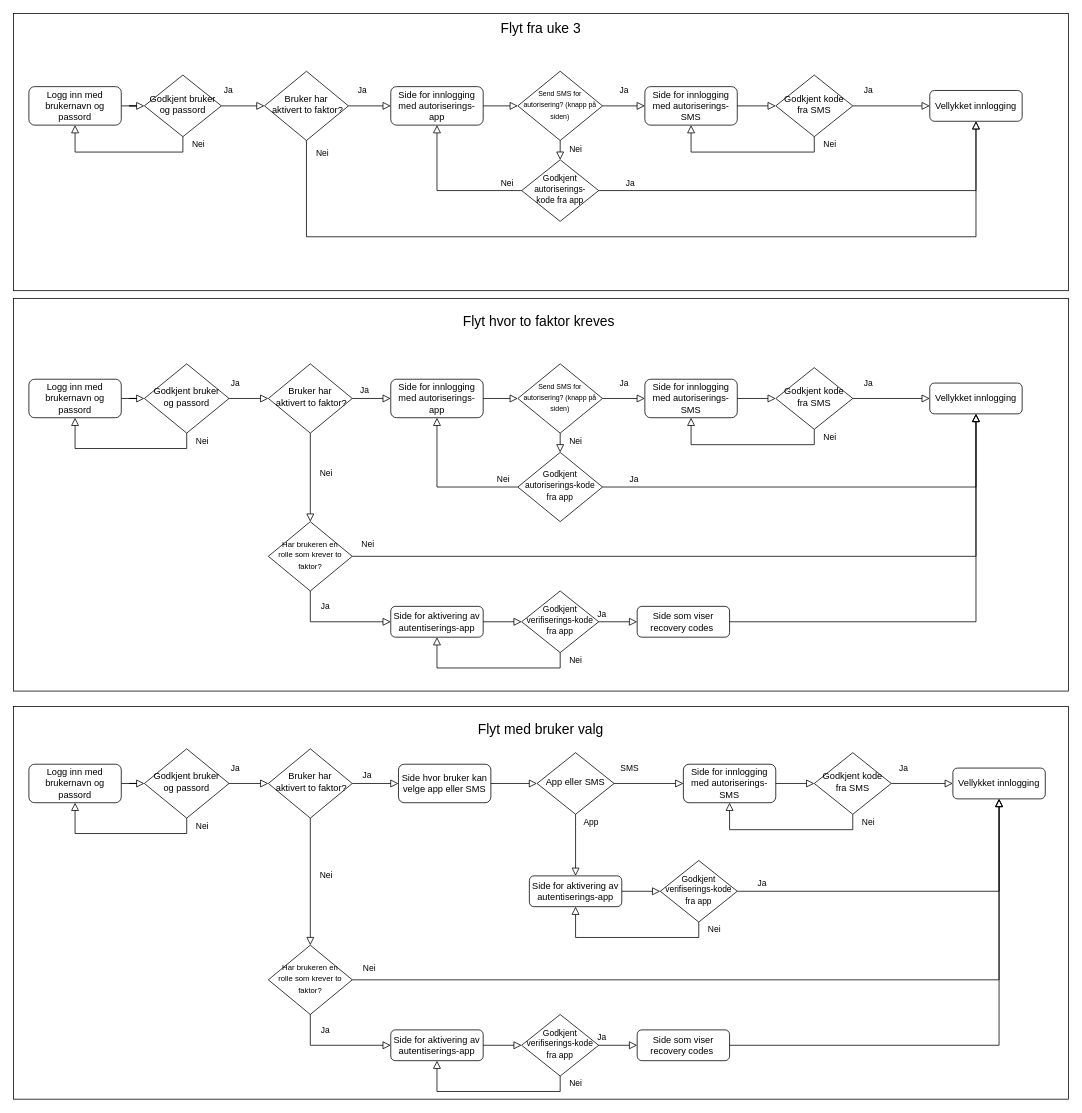
Andreaskaa/sso_dummy keeps this draw.io diagram as Untitled Diagram.drawio. Above is the earlier version. Source tidied: cells renumbered, new cells numbered last; positions are measured from the earlier drawing's top-left corner, leaving out a move shared by most shapes. Both pictures are drawn from the tidied source at 77%, with x=0, y=0 at pixel (13, 13).
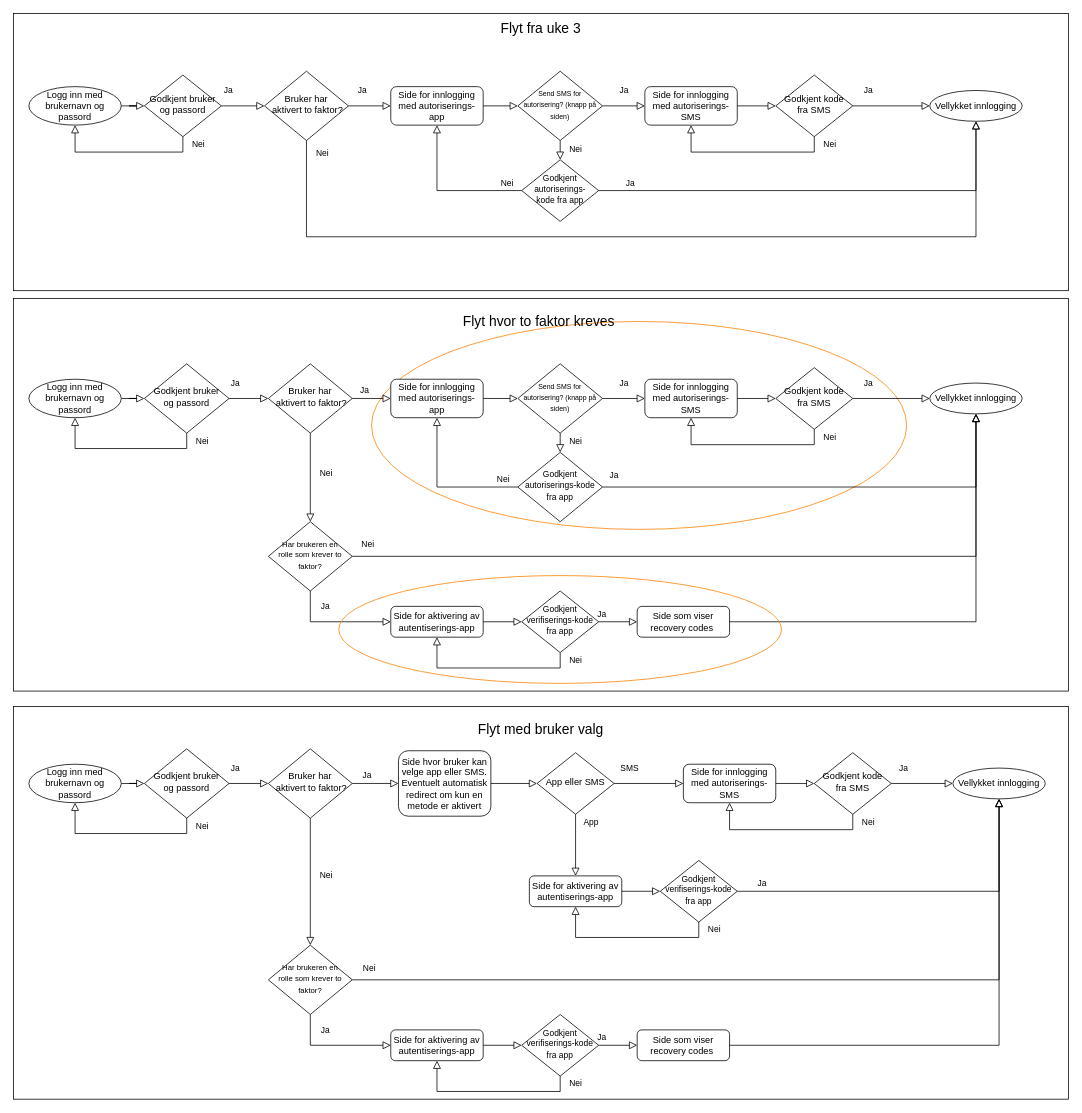
Above is the later version.

Unchanged cells that the change refers to:
```xml
<mxCell id="40" value="&lt;font style=&quot;font-size: 11px&quot;&gt;Godkjent autoriserings-kode fra app&lt;/font&gt;" style="rhombus;whiteSpace=wrap;html=1;shadow=0;fontFamily=Helvetica;fontSize=12;align=center;strokeWidth=1;spacing=6;spacingTop=-4;" parent="1" vertex="1">
  <mxGeometry x="655" y="570" width="110" height="90" as="geometry" />
</mxCell>
```

The edit, as a diff of the source:
```diff
@@
+    <mxCell id="4" style="rounded=0;whiteSpace=wrap;html=1;" parent="1" vertex="1">
+      <mxGeometry y="370" width="1370" height="510" as="geometry" />
+    </mxCell>
+    <mxCell id="96" style="ellipse;whiteSpace=wrap;html=1;fillColor=none;strokeColor=#FF8000;" parent="1" vertex="1">
+      <mxGeometry x="465" y="400" width="695" height="270" as="geometry" />
+    </mxCell>
@@
-    <mxCell id="4" style="rounded=0;whiteSpace=wrap;html=1;" parent="1" vertex="1">
-      <mxGeometry y="370" width="1370" height="510" as="geometry" />
-    </mxCell>
@@
-    <mxCell id="7" value="Logg inn med brukernavn og passord" style="rounded=1;whiteSpace=wrap;html=1;fontSize=12;glass=0;strokeWidth=1;shadow=0;" parent="1" vertex="1">
+    <mxCell id="7" value="Logg inn med brukernavn og passord" style="ellipse;whiteSpace=wrap;html=1;gradientColor=none;" parent="1" vertex="1">
       <mxGeometry x="20" y="95" width="120" height="50" as="geometry" />
     </mxCell>
@@
-    <mxCell id="27" value="Vellykket innlogging" style="rounded=1;whiteSpace=wrap;html=1;fontSize=12;glass=0;strokeWidth=1;shadow=0;" parent="1" vertex="1">
+    <mxCell id="27" value="Vellykket innlogging" style="ellipse;whiteSpace=wrap;html=1;gradientColor=none;" parent="1" vertex="1">
       <mxGeometry x="1190" y="100" width="120" height="40" as="geometry" />
     </mxCell>
@@
-    <mxCell id="29" value="Logg inn med brukernavn og passord" style="rounded=1;whiteSpace=wrap;html=1;fontSize=12;glass=0;strokeWidth=1;shadow=0;" parent="1" vertex="1">
+    <mxCell id="29" value="Logg inn med brukernavn og passord" style="ellipse;whiteSpace=wrap;html=1;gradientColor=none;" parent="1" vertex="1">
       <mxGeometry x="20" y="475" width="120" height="50" as="geometry" />
     </mxCell>
@@
-    <mxCell id="41" value="Ja" style="rounded=0;html=1;jettySize=auto;fontSize=11;endArrow=block;endFill=0;endSize=8;strokeWidth=1;shadow=0;labelBackgroundColor=none;edgeStyle=orthogonalEdgeStyle;exitX=1;exitY=0.5;exitDx=0;exitDy=0;entryX=0.5;entryY=1;entryDx=0;entryDy=0;" parent="1" edge="1" source="40" target="48">
-      <mxGeometry x="-0.86" y="10" relative="1" as="geometry" />
-    </mxCell>
@@
-    <mxCell id="48" value="Vellykket innlogging" style="rounded=1;whiteSpace=wrap;html=1;fontSize=12;glass=0;strokeWidth=1;shadow=0;" parent="1" vertex="1">
+    <mxCell id="48" value="Vellykket innlogging" style="ellipse;whiteSpace=wrap;html=1;gradientColor=none;" parent="1" vertex="1">
       <mxGeometry x="1190" y="480" width="120" height="40" as="geometry" />
     </mxCell>
@@
-    <mxCell id="63" value="Logg inn med brukernavn og passord" style="rounded=1;whiteSpace=wrap;html=1;fontSize=12;glass=0;strokeWidth=1;shadow=0;" parent="1" vertex="1">
+    <mxCell id="63" value="Logg inn med brukernavn og passord" style="ellipse;whiteSpace=wrap;html=1;gradientColor=none;" parent="1" vertex="1">
       <mxGeometry x="20" y="975" width="120" height="50" as="geometry" />
     </mxCell>
@@
-    <mxCell id="69" value="Vellykket innlogging" style="rounded=1;whiteSpace=wrap;html=1;fontSize=12;glass=0;strokeWidth=1;shadow=0;" parent="1" vertex="1">
+    <mxCell id="69" value="Vellykket innlogging" style="ellipse;whiteSpace=wrap;html=1;gradientColor=none;" parent="1" vertex="1">
       <mxGeometry x="1220" y="980" width="120" height="40" as="geometry" />
     </mxCell>
@@
-    <mxCell id="81" value="Side hvor bruker kan velge app eller SMS" style="rounded=1;whiteSpace=wrap;html=1;fontSize=12;glass=0;strokeWidth=1;shadow=0;" parent="1" vertex="1">
-      <mxGeometry x="500" y="975" width="120" height="50" as="geometry" />
+    <mxCell id="81" value="Side hvor bruker kan velge app eller SMS. Eventuelt automatisk redirect om kun en metode er aktivert" style="rounded=1;whiteSpace=wrap;html=1;fontSize=12;glass=0;strokeWidth=1;shadow=0;" parent="1" vertex="1">
+      <mxGeometry x="500" y="957.5" width="120" height="85" as="geometry" />
     </mxCell>
@@
+    <mxCell id="97" style="ellipse;whiteSpace=wrap;html=1;fillColor=none;strokeColor=#FF8000;" parent="1" vertex="1">
+      <mxGeometry x="422.5" y="730" width="575" height="140" as="geometry" />
+    </mxCell>
+    <mxCell id="41" value="Ja" style="rounded=0;html=1;jettySize=auto;fontSize=11;endArrow=block;endFill=0;endSize=8;strokeWidth=1;shadow=0;labelBackgroundColor=none;edgeStyle=orthogonalEdgeStyle;exitX=1;exitY=0.5;exitDx=0;exitDy=0;entryX=0.5;entryY=1;entryDx=0;entryDy=0;" parent="1" edge="1" source="40" target="48">
+      <mxGeometry x="-0.95" y="15" relative="1" as="geometry" />
+    </mxCell>
```
